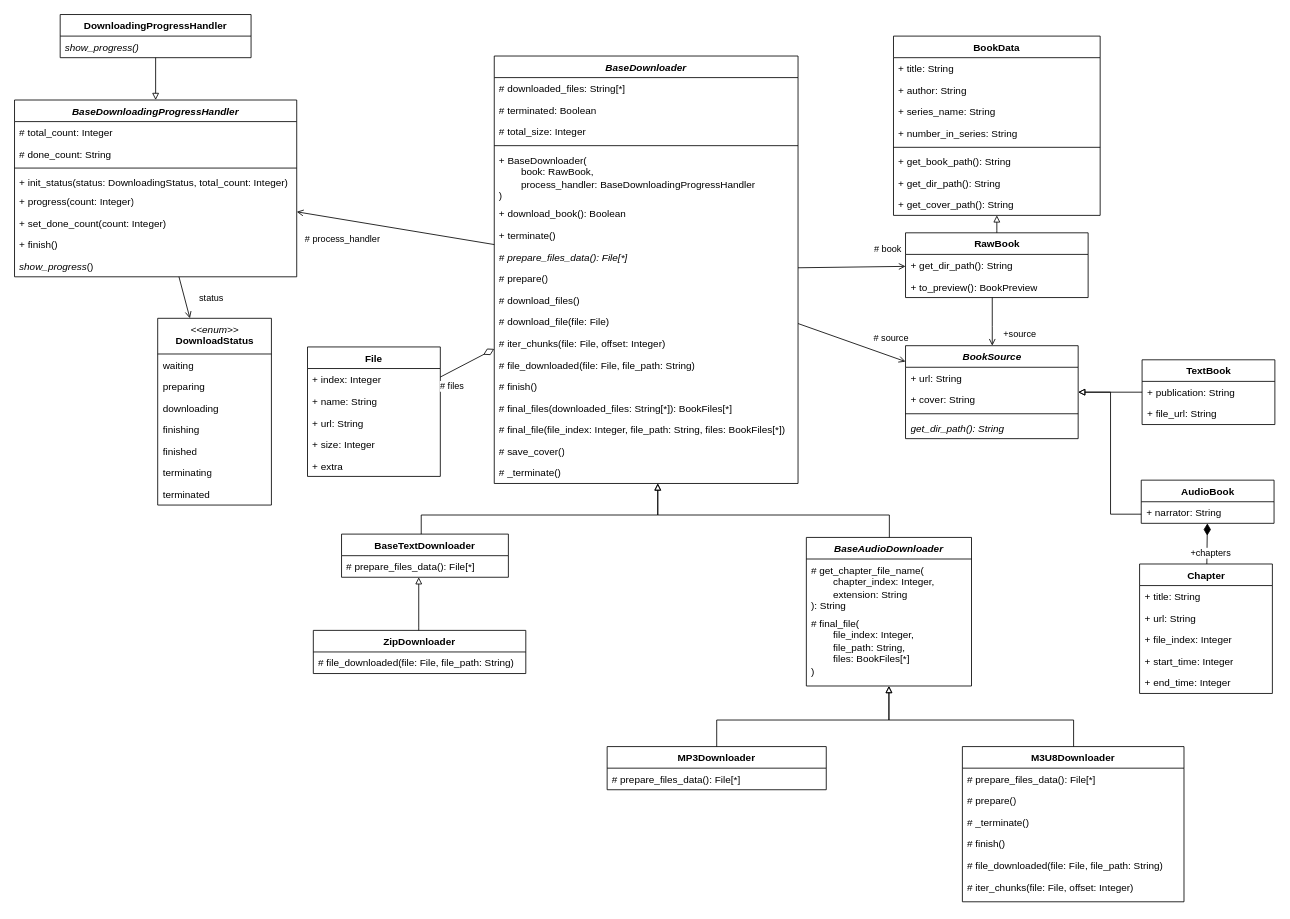
Before: lab03/docs/diagrams.drawio in YuumiEnjoyer/Object-oriented-analysis-and-design-2, a draw.io diagram. Source tidied: cells renumbered, new cells numbered last; positions are measured from the earlier drawing's top-left corner, leaving out a move shared by most shapes. Both pictures are drawn from the tidied source at 83%, with x=0, y=0 at pixel (14, 14).
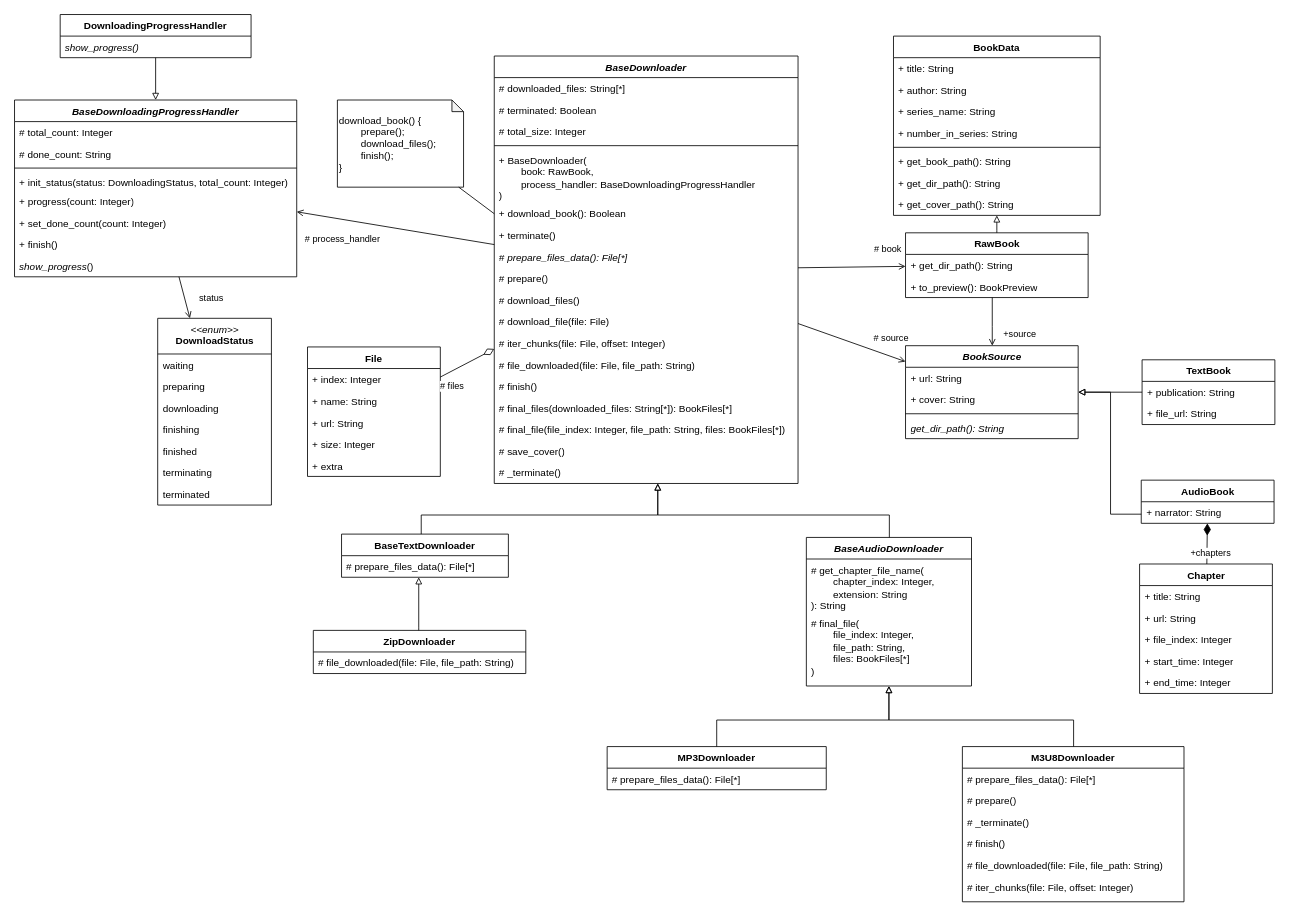
The same diagram, later.

Commit message (it also covers changes not shown here):
conceptual diagram improvements

Unchanged cells that the change refers to:
```xml
<mxCell id="8" value="+&amp;nbsp;download_book(): Boolean" style="text;strokeColor=none;fillColor=none;align=left;verticalAlign=top;spacingLeft=4;spacingRight=4;overflow=hidden;points=[[0,0.5],[1,0.5]];portConstraint=eastwest;whiteSpace=wrap;html=1;" parent="2" vertex="1">
  <mxGeometry y="177" width="366" height="26" as="geometry" />
</mxCell>
```

The edit, as a diff of the source:
```diff
@@
+    <mxCell id="106" value="download_book() {&lt;div&gt;&lt;span style=&quot;white-space: pre;&quot;&gt;&#9;&lt;/span&gt;prepare();&lt;br&gt;&lt;/div&gt;&lt;div&gt;&lt;span style=&quot;white-space: pre;&quot;&gt;&#9;&lt;/span&gt;download_files();&lt;br&gt;&lt;/div&gt;&lt;div&gt;&lt;span style=&quot;white-space: pre;&quot;&gt;&#9;&lt;/span&gt;finish();&lt;br&gt;&lt;/div&gt;&lt;div&gt;}&lt;/div&gt;" style="shape=note;whiteSpace=wrap;html=1;backgroundOutline=1;darkOpacity=0.05;size=14;align=left;" parent="1" vertex="1">
+      <mxGeometry x="389" y="103" width="152" height="105" as="geometry" />
+    </mxCell>
+    <mxCell id="107" style="rounded=0;jettySize=auto;html=1;endArrow=none;endFill=0;exitX=0;exitY=0.5;exitDx=0;exitDy=0;" parent="1" edge="1" source="8" target="106">
+      <mxGeometry relative="1" as="geometry" />
+    </mxCell>
```
